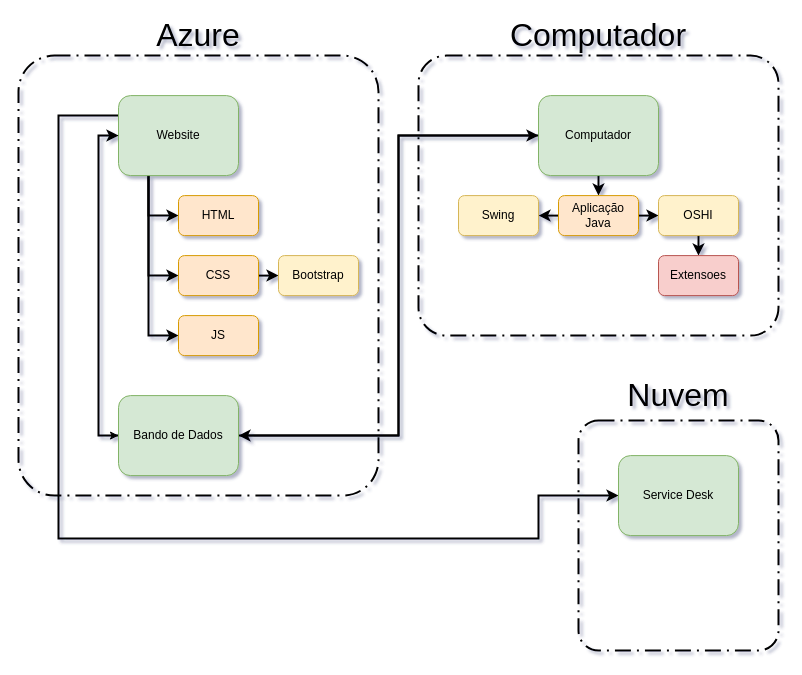
Before: Documentação/Desenho de Solução/Desenho de Solução.drawio in Fabicaneyu/.mineHash, a draw.io diagram. Source tidied: cells renumbered, new cells numbered last; positions are measured from the earlier drawing's top-left corner, leaving out a move shared by most shapes. Both pictures are drawn from the tidied source at 100%, with x=0, y=0 at pixel (18, 25).
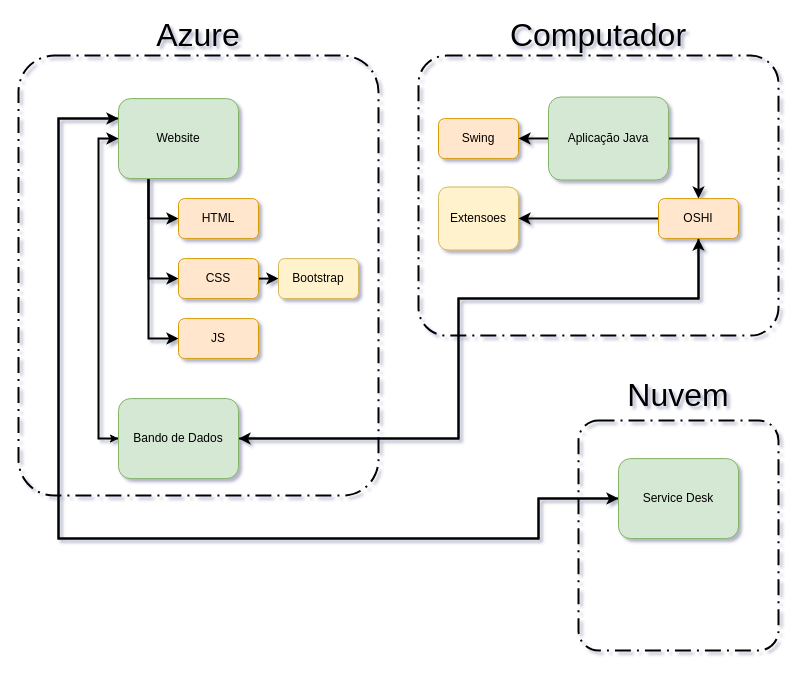
The same page after the edit.

Commit message (it also covers changes not shown here):
Correcao Diagrama

What changed in the source:
```diff
@@
     <mxCell id="16" style="edgeStyle=orthogonalEdgeStyle;rounded=0;jettySize=auto;html=1;exitX=0;exitY=0.25;exitDx=0;exitDy=0;entryX=0;entryY=0.5;entryDx=0;entryDy=0;strokeWidth=2;fontSize=32;" parent="1" edge="1" source="17" target="36">
       <mxGeometry relative="1" as="geometry">
         <Array as="points">
-          <mxPoint x="40" y="90" />
+          <mxPoint x="40" y="93" />
           <mxPoint x="40" y="513" />
           <mxPoint x="520" y="513" />
-          <mxPoint x="520" y="470" />
+          <mxPoint x="520" y="473" />
         </Array>
       </mxGeometry>
     </mxCell>
     <mxCell id="17" value="Website" style="rounded=1;whiteSpace=wrap;html=1;fillColor=#d5e8d4;strokeColor=#82b366;" parent="1" vertex="1">
-      <mxGeometry x="100" y="70.1" width="120" height="80" as="geometry" />
+      <mxGeometry x="100" y="73.1" width="120" height="80" as="geometry" />
     </mxCell>
     <mxCell id="18" value="HTML" style="rounded=1;whiteSpace=wrap;html=1;fillColor=#ffe6cc;strokeColor=#d79b00;" parent="1" vertex="1">
-      <mxGeometry x="160" y="170.1" width="80" height="40" as="geometry" />
+      <mxGeometry x="160" y="173.1" width="80" height="40" as="geometry" />
     </mxCell>
@@
     <mxCell id="20" value="CSS" style="rounded=1;whiteSpace=wrap;html=1;fillColor=#ffe6cc;strokeColor=#d79b00;" parent="1" vertex="1">
-      <mxGeometry x="160" y="230.1" width="80" height="40" as="geometry" />
+      <mxGeometry x="160" y="233.1" width="80" height="40" as="geometry" />
     </mxCell>
     <mxCell id="21" value="JS" style="rounded=1;whiteSpace=wrap;html=1;fillColor=#ffe6cc;strokeColor=#d79b00;" parent="1" vertex="1">
-      <mxGeometry x="160" y="290.1" width="80" height="40" as="geometry" />
+      <mxGeometry x="160" y="293.1" width="80" height="40" as="geometry" />
     </mxCell>
     <mxCell id="22" value="Bootstrap" style="rounded=1;whiteSpace=wrap;html=1;fillColor=#fff2cc;strokeColor=#d6b656;" parent="1" vertex="1">
-      <mxGeometry x="260" y="230.1" width="80" height="40" as="geometry" />
+      <mxGeometry x="260" y="233.1" width="80" height="40" as="geometry" />
     </mxCell>
-    <mxCell id="23" style="edgeStyle=orthogonalEdgeStyle;rounded=0;jettySize=auto;html=1;exitX=0.5;exitY=1;exitDx=0;exitDy=0;entryX=0.5;entryY=0;entryDx=0;entryDy=0;strokeWidth=2;" parent="1" edge="1" source="25" target="28">
-      <mxGeometry relative="1" as="geometry" />
-    </mxCell>
-    <mxCell id="24" style="edgeStyle=orthogonalEdgeStyle;rounded=0;jettySize=auto;html=1;exitX=0;exitY=0.5;exitDx=0;exitDy=0;entryX=1;entryY=0.5;entryDx=0;entryDy=0;fontSize=32;strokeWidth=2;" parent="1" edge="1" source="25" target="35">
-      <mxGeometry relative="1" as="geometry">
-        <Array as="points">
-          <mxPoint x="380" y="110" />
-          <mxPoint x="380" y="410" />
-        </Array>
-      </mxGeometry>
-    </mxCell>
-    <mxCell id="25" value="Computador" style="rounded=1;whiteSpace=wrap;html=1;fillColor=#d5e8d4;strokeColor=#82b366;" parent="1" vertex="1">
-      <mxGeometry x="520" y="70.1" width="120" height="80" as="geometry" />
-    </mxCell>
+    <mxCell id="27" style="edgeStyle=orthogonalEdgeStyle;rounded=0;jettySize=auto;html=1;exitX=1;exitY=0.5;exitDx=0;exitDy=0;entryX=0.5;entryY=0;entryDx=0;entryDy=0;strokeWidth=2;" parent="1" edge="1" source="28" target="30">
+      <mxGeometry relative="1" as="geometry" />
+    </mxCell>
-    <mxCell id="26" style="edgeStyle=orthogonalEdgeStyle;rounded=0;jettySize=auto;html=1;exitX=0;exitY=0.5;exitDx=0;exitDy=0;entryX=1;entryY=0.5;entryDx=0;entryDy=0;strokeWidth=2;" parent="1" edge="1" source="28" target="31">
+    <mxCell id="26" style="edgeStyle=orthogonalEdgeStyle;rounded=0;jettySize=auto;html=1;exitX=0;exitY=0.5;exitDx=0;exitDy=0;entryX=1;entryY=0.5;entryDx=0;entryDy=0;strokeWidth=2;fontSize=32;" parent="1" edge="1" source="28" target="31">
       <mxGeometry relative="1" as="geometry" />
     </mxCell>
-    <mxCell id="27" style="edgeStyle=orthogonalEdgeStyle;rounded=0;jettySize=auto;html=1;exitX=1;exitY=0.5;exitDx=0;exitDy=0;entryX=0;entryY=0.5;entryDx=0;entryDy=0;strokeWidth=2;" parent="1" edge="1" source="28" target="30">
-      <mxGeometry relative="1" as="geometry" />
-    </mxCell>
-    <mxCell id="28" value="Aplicação Java" style="rounded=1;whiteSpace=wrap;html=1;fillColor=#ffe6cc;strokeColor=#d79b00;" parent="1" vertex="1">
-      <mxGeometry x="540" y="170.1" width="80" height="40" as="geometry" />
+    <mxCell id="28" value="Aplicação Java" style="rounded=1;whiteSpace=wrap;html=1;fillColor=#d5e8d4;strokeColor=#82b366;" parent="1" vertex="1">
+      <mxGeometry x="530" y="71.5" width="120" height="83" as="geometry" />
     </mxCell>
-    <mxCell id="29" style="edgeStyle=orthogonalEdgeStyle;rounded=0;jettySize=auto;html=1;exitX=0.5;exitY=1;exitDx=0;exitDy=0;entryX=0.5;entryY=0;entryDx=0;entryDy=0;strokeWidth=2;" parent="1" edge="1" source="30" target="32">
+    <mxCell id="29" style="edgeStyle=orthogonalEdgeStyle;rounded=0;jettySize=auto;html=1;exitX=0;exitY=0.5;exitDx=0;exitDy=0;entryX=1;entryY=0.5;entryDx=0;entryDy=0;strokeWidth=2;" parent="1" edge="1" source="30" target="32">
       <mxGeometry relative="1" as="geometry" />
     </mxCell>
+    <mxCell id="37" style="edgeStyle=orthogonalEdgeStyle;rounded=0;jettySize=auto;html=1;exitX=0.5;exitY=1;exitDx=0;exitDy=0;entryX=1;entryY=0.5;entryDx=0;entryDy=0;strokeWidth=2;fontSize=32;" parent="1" edge="1" source="30" target="35">
+      <mxGeometry relative="1" as="geometry">
+        <Array as="points">
+          <mxPoint x="680" y="273" />
+          <mxPoint x="440" y="273" />
+          <mxPoint x="440" y="413" />
+        </Array>
+      </mxGeometry>
+    </mxCell>
-    <mxCell id="30" value="OSHI" style="rounded=1;whiteSpace=wrap;html=1;fillColor=#fff2cc;strokeColor=#d6b656;" parent="1" vertex="1">
-      <mxGeometry x="640" y="170.1" width="80" height="40" as="geometry" />
+    <mxCell id="30" value="OSHI" style="rounded=1;whiteSpace=wrap;html=1;fillColor=#ffe6cc;strokeColor=#d79b00;" parent="1" vertex="1">
+      <mxGeometry x="640" y="173.1" width="80" height="40" as="geometry" />
     </mxCell>
-    <mxCell id="31" value="Swing" style="rounded=1;whiteSpace=wrap;html=1;fillColor=#fff2cc;strokeColor=#d6b656;" parent="1" vertex="1">
-      <mxGeometry x="440" y="170.1" width="80" height="40" as="geometry" />
+    <mxCell id="31" value="Swing" style="rounded=1;whiteSpace=wrap;html=1;fillColor=#ffe6cc;strokeColor=#d79b00;" parent="1" vertex="1">
+      <mxGeometry x="420" y="93.1" width="80" height="40" as="geometry" />
     </mxCell>
-    <mxCell id="32" value="Extensoes" style="rounded=1;whiteSpace=wrap;html=1;fillColor=#f8cecc;strokeColor=#b85450;" parent="1" vertex="1">
-      <mxGeometry x="640" y="230.1" width="80" height="40" as="geometry" />
+    <mxCell id="32" value="Extensoes" style="rounded=1;whiteSpace=wrap;html=1;fillColor=#fff2cc;strokeColor=#d6b656;" parent="1" vertex="1">
+      <mxGeometry x="420" y="161.5" width="80" height="63" as="geometry" />
     </mxCell>
@@
-    <mxCell id="34" style="edgeStyle=orthogonalEdgeStyle;rounded=0;jettySize=auto;html=1;exitX=1;exitY=0.5;exitDx=0;exitDy=0;entryX=0;entryY=0.5;entryDx=0;entryDy=0;fontSize=32;strokeWidth=2;" parent="1" edge="1" source="35" target="25">
-      <mxGeometry relative="1" as="geometry">
-        <Array as="points">
-          <mxPoint x="380" y="410" />
-          <mxPoint x="380" y="110" />
-        </Array>
-      </mxGeometry>
-    </mxCell>
+    <mxCell id="38" style="edgeStyle=orthogonalEdgeStyle;rounded=0;jettySize=auto;html=1;exitX=1;exitY=0.5;exitDx=0;exitDy=0;strokeWidth=2;fontSize=32;" parent="1" edge="1" source="35" target="30">
+      <mxGeometry relative="1" as="geometry">
+        <Array as="points">
+          <mxPoint x="440" y="413" />
+          <mxPoint x="440" y="273" />
+          <mxPoint x="680" y="273" />
+        </Array>
+      </mxGeometry>
+    </mxCell>
     <mxCell id="35" value="Bando de Dados" style="rounded=1;whiteSpace=wrap;html=1;fillColor=#d5e8d4;strokeColor=#82b366;" parent="1" vertex="1">
-      <mxGeometry x="100" y="370.1" width="120" height="80" as="geometry" />
+      <mxGeometry x="100" y="373.1" width="120" height="80" as="geometry" />
     </mxCell>
+    <mxCell id="39" style="edgeStyle=orthogonalEdgeStyle;rounded=0;jettySize=auto;html=1;exitX=0;exitY=0.5;exitDx=0;exitDy=0;entryX=0;entryY=0.25;entryDx=0;entryDy=0;strokeWidth=2;fontSize=32;" parent="1" edge="1" source="36" target="17">
+      <mxGeometry relative="1" as="geometry">
+        <Array as="points">
+          <mxPoint x="520" y="473" />
+          <mxPoint x="520" y="513" />
+          <mxPoint x="40" y="513" />
+          <mxPoint x="40" y="93" />
+        </Array>
+      </mxGeometry>
+    </mxCell>
     <mxCell id="36" value="Service Desk" style="rounded=1;whiteSpace=wrap;html=1;fillColor=#d5e8d4;strokeColor=#82b366;" parent="1" vertex="1">
-      <mxGeometry x="600" y="430.1" width="120" height="80" as="geometry" />
+      <mxGeometry x="600" y="433.1" width="120" height="80" as="geometry" />
     </mxCell>
```
